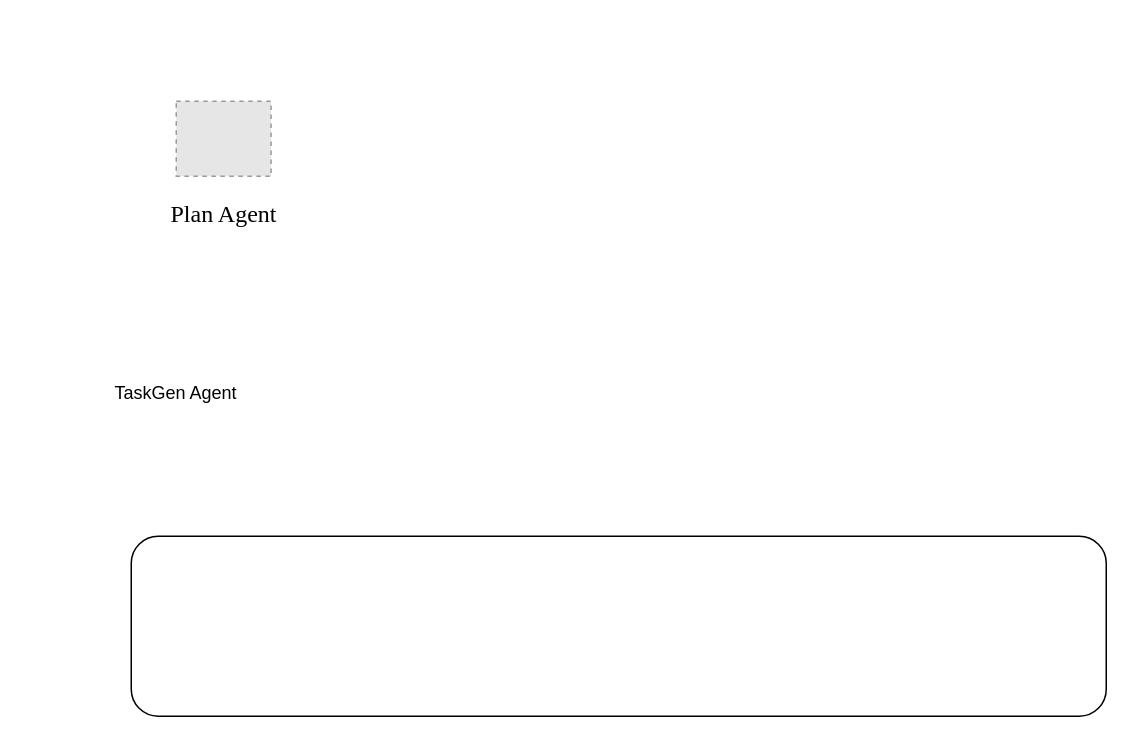
This is TaskGen Agent.drawio from oplisty/SPETA-CVPR2026, a draw.io file, before an edit. Source tidied: cells renumbered, new cells numbered last; positions are measured from the earlier drawing's top-left corner, leaving out a move shared by most shapes. Both pictures are drawn from the tidied source at 150%, with x=0, y=0 at pixel (26, 100). Pictures stored in the file or linked from it are replaced by grey dashed boxes.
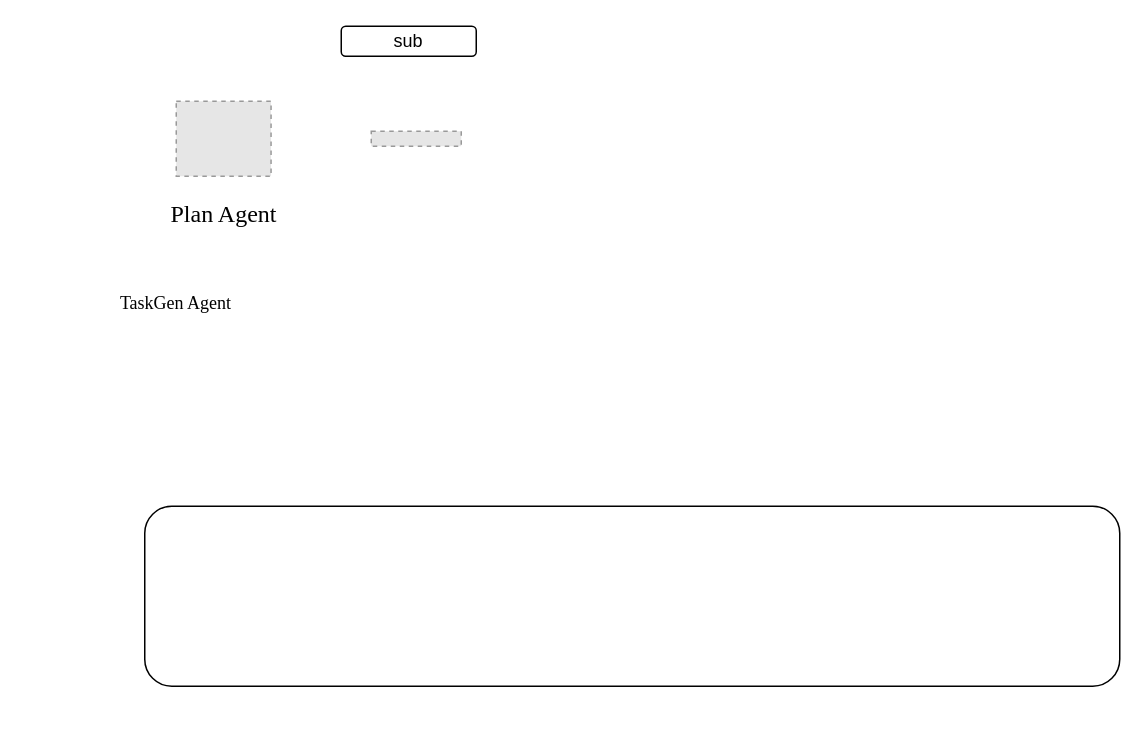
The same page after the edit.

Change to the diagram source:
```diff
@@
 <mxGraphModel>
   <root>
     <mxCell id="0" />
     <mxCell id="1" parent="0" />
-    <mxCell id="2" value="TaskGen Agent" style="text;html=1;align=center;verticalAlign=middle;whiteSpace=wrap;rounded=0;" parent="1" vertex="1">
-      <mxGeometry y="180" width="200" height="30" as="geometry" />
+    <mxCell id="2" value="&lt;font face=&quot;Times New Roman&quot;&gt;TaskGen Agent&lt;/font&gt;" style="text;html=1;align=center;verticalAlign=middle;whiteSpace=wrap;rounded=0;" parent="1" vertex="1">
+      <mxGeometry y="120" width="200" height="30" as="geometry" />
     </mxCell>
     <mxCell id="3" style="fillColor=#E6E6E6;strokeColor=#999999;dashed=1;verticalLabelPosition=bottom;labelBackgroundColor=default;verticalAlign=top;" parent="1" vertex="1">
       <mxGeometry x="100" width="63.2" height="50" as="geometry" />
     </mxCell>
     <mxCell id="4" value="&lt;font style=&quot;font-size: 16px;&quot; face=&quot;Times New Roman&quot;&gt;Plan Agent&lt;/font&gt;" style="text;html=1;align=center;verticalAlign=middle;whiteSpace=wrap;rounded=0;" parent="1" vertex="1">
       <mxGeometry x="86.6" y="60" width="90" height="30" as="geometry" />
     </mxCell>
     <mxCell id="5" style="rounded=1;whiteSpace=wrap;html=1;" parent="1" vertex="1">
-      <mxGeometry x="70" y="290" width="650" height="120" as="geometry" />
+      <mxGeometry x="79" y="270" width="650" height="120" as="geometry" />
     </mxCell>
+    <mxCell id="6" value="sub" style="rounded=1;whiteSpace=wrap;html=1;" parent="1" vertex="1">
+      <mxGeometry x="210" y="-50" width="90" height="20" as="geometry" />
+    </mxCell>
+    <mxCell id="7" style="fillColor=#E6E6E6;strokeColor=#999999;dashed=1;verticalLabelPosition=bottom;labelBackgroundColor=default;verticalAlign=top;" parent="1" vertex="1">
+      <mxGeometry x="230" y="20" width="60" height="10" as="geometry" />
+    </mxCell>
   </root>
 </mxGraphModel>
```
